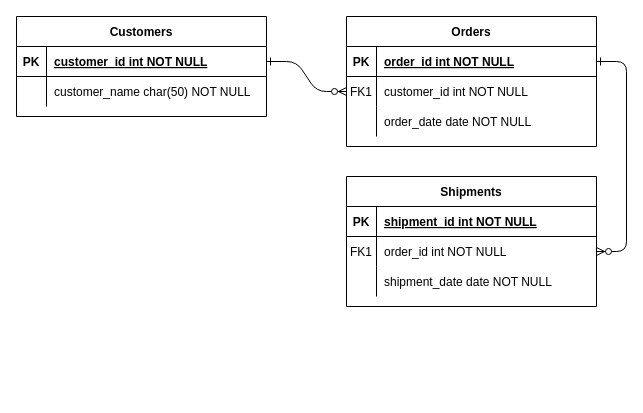
This is er_moeapp.drawio from moetsuchiya/django_logapp, a draw.io file, before an edit. Source tidied: cells renumbered, new cells numbered last; positions are measured from the earlier drawing's top-left corner, leaving out a move shared by most shapes. Both pictures are drawn from the tidied source at 100%, with x=0, y=0 at pixel (16, 16).
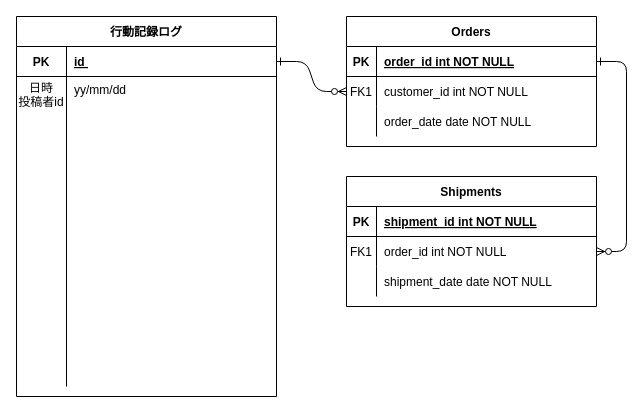
After the change.

Commit message:
er_moeapp.drawio を更新します

The edit, as a diff of the source:
```diff
@@
-    <mxCell id="24" value="Customers" style="shape=table;startSize=30;childLayout=tableLayout;rowLines=0;fontStyle=1;align=center;" parent="1" vertex="1">
-      <mxGeometry width="250" height="100" as="geometry" />
+    <mxCell id="24" value="行動記録ログ" style="shape=table;startSize=30;childLayout=tableLayout;rowLines=0;fontStyle=1;align=center;labelPosition=center;verticalLabelPosition=middle;verticalAlign=middle;spacing=0;" parent="1" vertex="1">
+      <mxGeometry width="260" height="380" as="geometry" />
     </mxCell>
     <mxCell id="25" style="shape=partialRectangle;fillColor=none;points=[[0,0.5],[1,0.5]];portConstraint=eastwest;top=0;left=0;right=0;bottom=1;" parent="24" vertex="1">
-      <mxGeometry y="30" width="250" height="30" as="geometry" />
+      <mxGeometry y="30" width="260" height="30" as="geometry" />
     </mxCell>
     <mxCell id="26" value="PK" style="shape=partialRectangle;overflow=hidden;fillColor=none;top=0;left=0;bottom=0;right=0;fontStyle=1;" parent="25" vertex="1">
-      <mxGeometry width="30" height="30" as="geometry" />
+      <mxGeometry width="50" height="30" as="geometry" />
     </mxCell>
-    <mxCell id="27" value="customer_id int NOT NULL " style="shape=partialRectangle;overflow=hidden;fillColor=none;top=0;left=0;bottom=0;right=0;align=left;spacingLeft=6;fontStyle=5;" parent="25" vertex="1">
-      <mxGeometry x="30" width="220" height="30" as="geometry" />
+    <mxCell id="27" value="id " style="shape=partialRectangle;overflow=hidden;fillColor=none;top=0;left=0;bottom=0;right=0;align=left;spacingLeft=6;fontStyle=5;" parent="25" vertex="1">
+      <mxGeometry x="50" width="210" height="30" as="geometry" />
     </mxCell>
     <mxCell id="28" style="shape=partialRectangle;fillColor=none;top=0;left=0;right=0;bottom=0;" parent="24" vertex="1">
-      <mxGeometry y="60" width="250" height="30" as="geometry" />
+      <mxGeometry y="60" width="260" height="310" as="geometry" />
     </mxCell>
-    <mxCell id="29" style="shape=partialRectangle;overflow=hidden;fillColor=none;top=0;left=0;bottom=0;right=0;" parent="28" vertex="1">
-      <mxGeometry width="30" height="30" as="geometry" />
+    <mxCell id="29" value="日時&#10;投稿者id&#10;&#10;&#10;&#10;" style="shape=partialRectangle;overflow=hidden;fillColor=none;top=0;left=0;bottom=0;right=0;verticalAlign=top;spacing=0;spacingTop=0;" parent="28" vertex="1">
+      <mxGeometry width="50" height="310" as="geometry" />
     </mxCell>
-    <mxCell id="30" value="customer_name char(50) NOT NULL" style="shape=partialRectangle;overflow=hidden;fillColor=none;top=0;left=0;bottom=0;right=0;align=left;spacingLeft=6;" parent="28" vertex="1">
-      <mxGeometry x="30" width="220" height="30" as="geometry" />
+    <mxCell id="30" value="yy/mm/dd" style="shape=partialRectangle;overflow=hidden;fillColor=none;top=0;left=0;bottom=0;right=0;align=left;spacingLeft=6;verticalAlign=top;" parent="28" vertex="1">
+      <mxGeometry x="50" width="210" height="310" as="geometry" />
     </mxCell>
```
